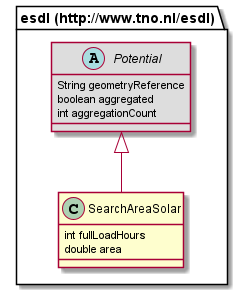
Above: 687474703a2f2f7777772e746e6f2e6e6c2f6573646c/SearchAreaSolar.png in EnergyTransition/energytransition.github.io (PlantUML), before the change. The source it was exported from:
```plantuml
@startuml
class "esdl (http://www.tno.nl/esdl).SearchAreaSolar" [[#router/doc-content/687474703a2f2f7777772e746e6f2e6e6c2f6573646c/SearchAreaSolar.html{Specifies search areas for solar installations. }]] {
	int fullLoadHours
	double area
}
abstract class "esdl (http://www.tno.nl/esdl).Potential" [[#router/doc-content/687474703a2f2f7777772e746e6f2e6e6c2f6573646c/Potential.html{Abstract class that represents energy potentials in an area, like wind potential, geothermal potential, residual heat source potential, etc.}]] #DDDDDD {
	String geometryReference
	boolean aggregated
	int aggregationCount
}
"esdl (http://www.tno.nl/esdl).Potential" <|-- "esdl (http://www.tno.nl/esdl).SearchAreaSolar"
@enduml
```
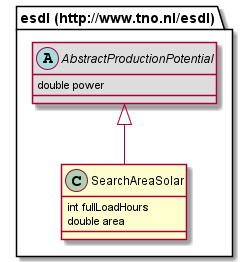
Later version of the same file.

Diff of the diagram source:
```diff
@@ -3,10 +3,8 @@
 	int fullLoadHours
 	double area
 }
-abstract class "esdl (http://www.tno.nl/esdl).Potential" [[#router/doc-content/687474703a2f2f7777772e746e6f2e6e6c2f6573646c/Potential.html{Abstract class that represents energy potentials in an area, like wind potential, geothermal potential, residual heat source potential, etc.}]] #DDDDDD {
-	String geometryReference
-	boolean aggregated
-	int aggregationCount
+abstract class "esdl (http://www.tno.nl/esdl).AbstractProductionPotential" [[#router/doc-content/687474703a2f2f7777772e746e6f2e6e6c2f6573646c/AbstractProductionPotential.html{Abstract class for all potentials that relate to production of energy}]] #DDDDDD {
+	double power
 }
-"esdl (http://www.tno.nl/esdl).Potential" <|-- "esdl (http://www.tno.nl/esdl).SearchAreaSolar"
+"esdl (http://www.tno.nl/esdl).AbstractProductionPotential" <|-- "esdl (http://www.tno.nl/esdl).SearchAreaSolar"
 @enduml
```
